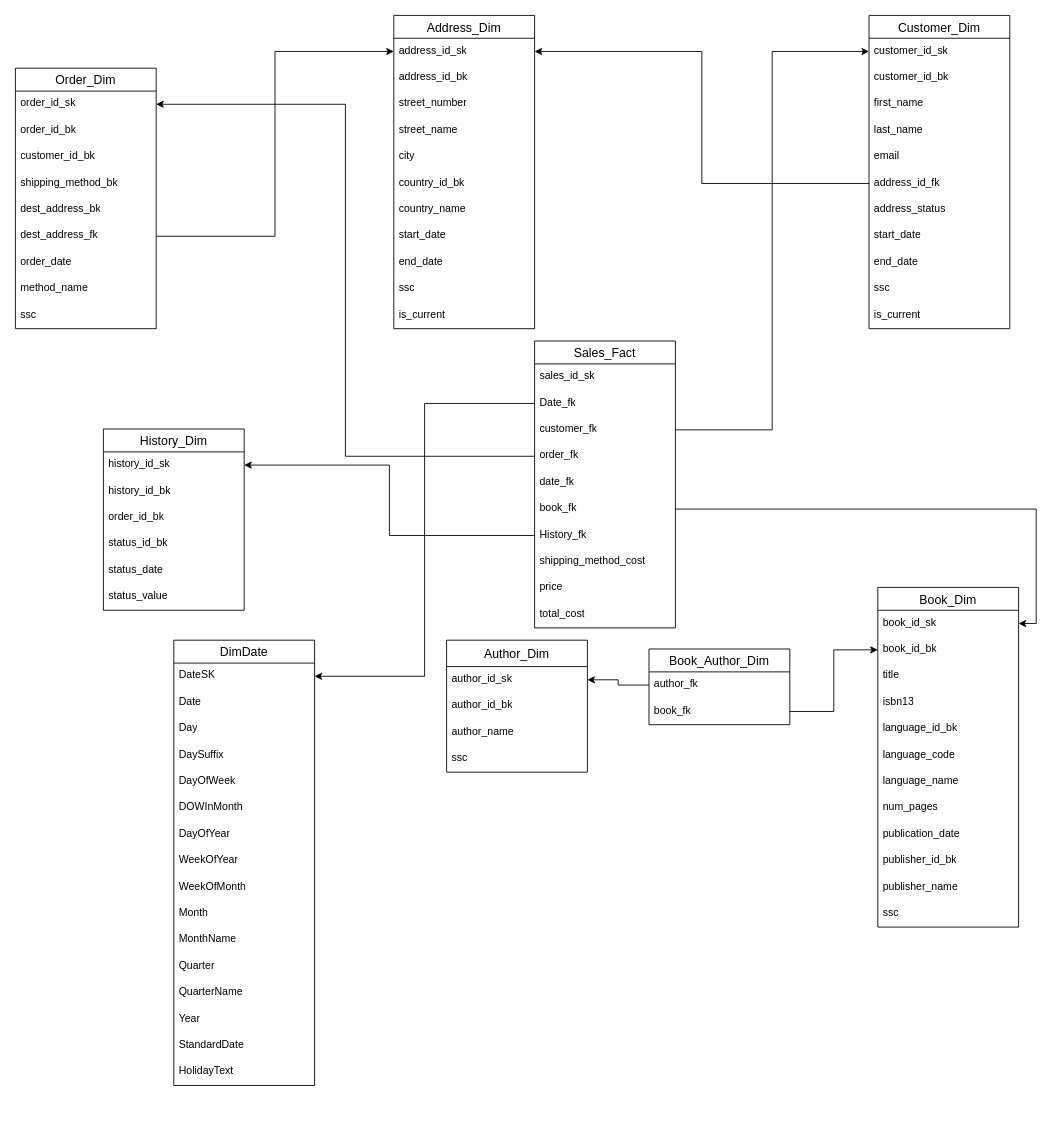
mdhttx/Bookstore_DWH keeps this draw.io diagram as DWH_gravity_store.drawio. Above is the earlier version. Source tidied: cells renumbered, new cells numbered last; positions are measured from the earlier drawing's top-left corner, leaving out a move shared by most shapes. Both pictures are drawn from the tidied source at 88%, with x=0, y=0 at pixel (15, 15).
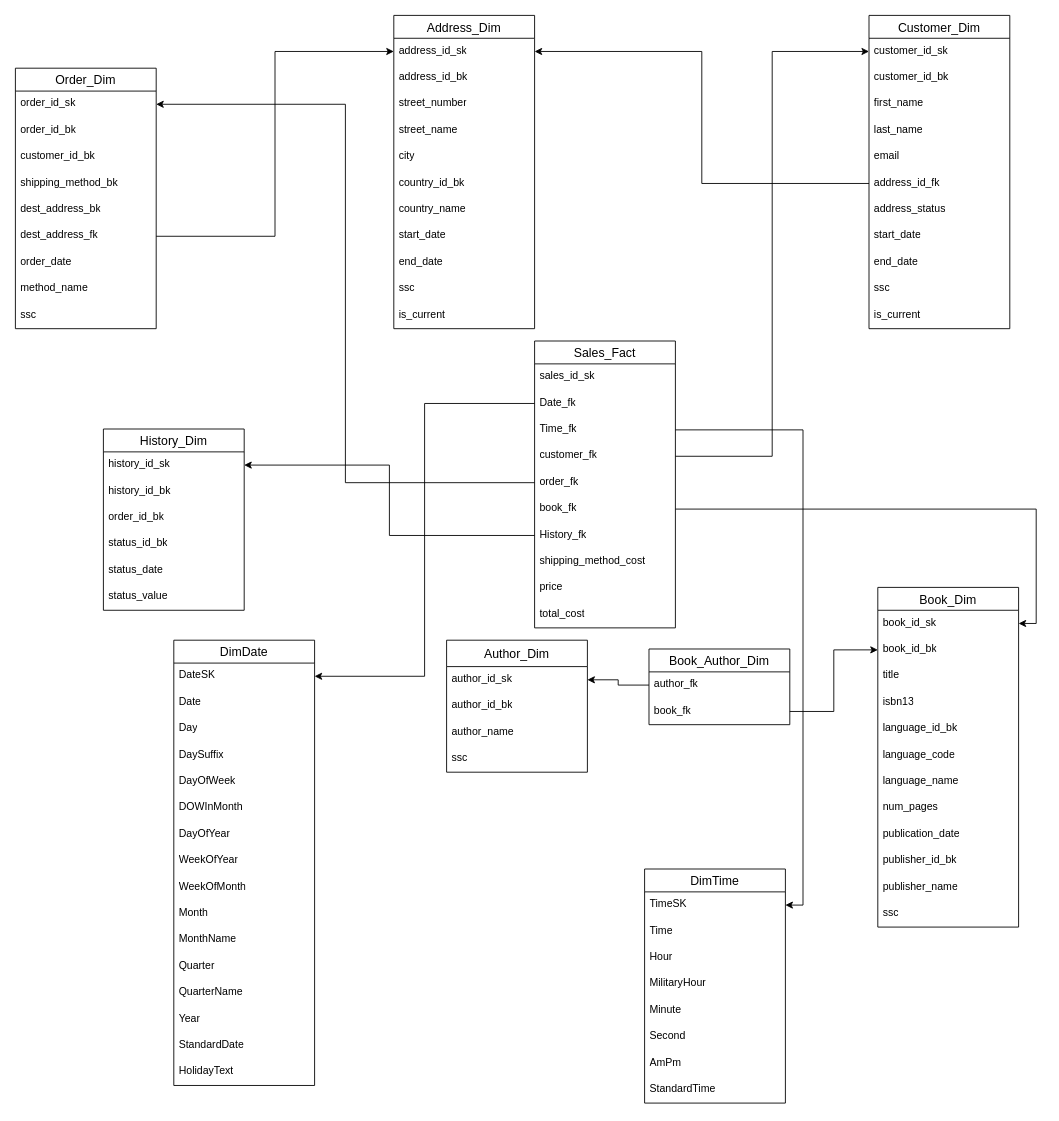
The same diagram, later.

Unchanged cells that the change refers to:
```xml
<mxCell id="57" value="Sales_Fact" style="swimlane;fontStyle=0;horizontal=1;startSize=26;align=center;fontSize=14;" parent="1" vertex="1">
  <mxGeometry x="590" y="370" width="160" height="326" as="geometry" />
</mxCell>
```

The edit, as a diff of the source:
```diff
@@
+    <mxCell id="101" value="Time_fk" style="text;strokeColor=none;fillColor=none;spacingLeft=4;spacingRight=4;overflow=hidden;points=[[0,0.5],[1,0.5]];portConstraint=eastwest;fontSize=12;whiteSpace=wrap;html=1;" parent="57" vertex="1">
+      <mxGeometry y="86" width="160" height="30" as="geometry" />
+    </mxCell>
     <mxCell id="60" value="customer_fk" style="text;strokeColor=none;fillColor=none;spacingLeft=4;spacingRight=4;overflow=hidden;points=[[0,0.5],[1,0.5]];portConstraint=eastwest;fontSize=12;whiteSpace=wrap;html=1;" parent="57" vertex="1">
-      <mxGeometry y="86" width="160" height="30" as="geometry" />
+      <mxGeometry y="116" width="160" height="30" as="geometry" />
     </mxCell>
     <mxCell id="61" value="order_fk" style="text;strokeColor=none;fillColor=none;spacingLeft=4;spacingRight=4;overflow=hidden;points=[[0,0.5],[1,0.5]];portConstraint=eastwest;fontSize=12;whiteSpace=wrap;html=1;" parent="57" vertex="1">
-      <mxGeometry y="116" width="160" height="30" as="geometry" />
+      <mxGeometry y="146" width="160" height="30" as="geometry" />
     </mxCell>
-    <mxCell id="62" value="date_fk" style="text;strokeColor=none;fillColor=none;spacingLeft=4;spacingRight=4;overflow=hidden;fontSize=12;whiteSpace=wrap;html=1;" parent="57" vertex="1">
-      <mxGeometry y="146" width="160" height="30" as="geometry" />
-    </mxCell>
@@
+    <mxCell id="102" value="DimTime" style="swimlane;fontStyle=0;horizontal=1;startSize=26;align=center;fontSize=14;" parent="1" vertex="1">
+      <mxGeometry x="715" y="970" width="160" height="266" as="geometry" />
+    </mxCell>
+    <mxCell id="103" value="TimeSK" style="text;strokeColor=none;fillColor=none;spacingLeft=4;spacingRight=4;overflow=hidden;points=[[0,0.5],[1,0.5]];portConstraint=eastwest;fontSize=12;whiteSpace=wrap;html=1;" parent="102" vertex="1">
+      <mxGeometry y="26" width="160" height="30" as="geometry" />
+    </mxCell>
+    <mxCell id="104" value="Time" style="text;strokeColor=none;fillColor=none;spacingLeft=4;spacingRight=4;overflow=hidden;fontSize=12;whiteSpace=wrap;html=1;" parent="102" vertex="1">
+      <mxGeometry y="56" width="160" height="30" as="geometry" />
+    </mxCell>
+    <mxCell id="105" value="Hour" style="text;strokeColor=none;fillColor=none;spacingLeft=4;spacingRight=4;overflow=hidden;fontSize=12;whiteSpace=wrap;html=1;" parent="102" vertex="1">
+      <mxGeometry y="86" width="160" height="30" as="geometry" />
+    </mxCell>
+    <mxCell id="106" value="MilitaryHour" style="text;strokeColor=none;fillColor=none;spacingLeft=4;spacingRight=4;overflow=hidden;fontSize=12;whiteSpace=wrap;html=1;" parent="102" vertex="1">
+      <mxGeometry y="116" width="160" height="30" as="geometry" />
+    </mxCell>
+    <mxCell id="107" value="Minute" style="text;strokeColor=none;fillColor=none;spacingLeft=4;spacingRight=4;overflow=hidden;fontSize=12;whiteSpace=wrap;html=1;" parent="102" vertex="1">
+      <mxGeometry y="146" width="160" height="30" as="geometry" />
+    </mxCell>
+    <mxCell id="108" value="Second" style="text;strokeColor=none;fillColor=none;spacingLeft=4;spacingRight=4;overflow=hidden;fontSize=12;whiteSpace=wrap;html=1;" parent="102" vertex="1">
+      <mxGeometry y="176" width="160" height="30" as="geometry" />
+    </mxCell>
+    <mxCell id="109" value="AmPm" style="text;strokeColor=none;fillColor=none;spacingLeft=4;spacingRight=4;overflow=hidden;fontSize=12;whiteSpace=wrap;html=1;" parent="102" vertex="1">
+      <mxGeometry y="206" width="160" height="30" as="geometry" />
+    </mxCell>
+    <mxCell id="110" value="StandardTime" style="text;strokeColor=none;fillColor=none;spacingLeft=4;spacingRight=4;overflow=hidden;fontSize=12;whiteSpace=wrap;html=1;" parent="102" vertex="1">
+      <mxGeometry y="236" width="160" height="30" as="geometry" />
+    </mxCell>
+    <mxCell id="111" style="edgeStyle=orthogonalEdgeStyle;rounded=0;jettySize=auto;html=1;entryX=1;entryY=0.5;entryDx=0;entryDy=0;" parent="1" edge="1" source="101" target="103">
+      <mxGeometry relative="1" as="geometry" />
+    </mxCell>
```
